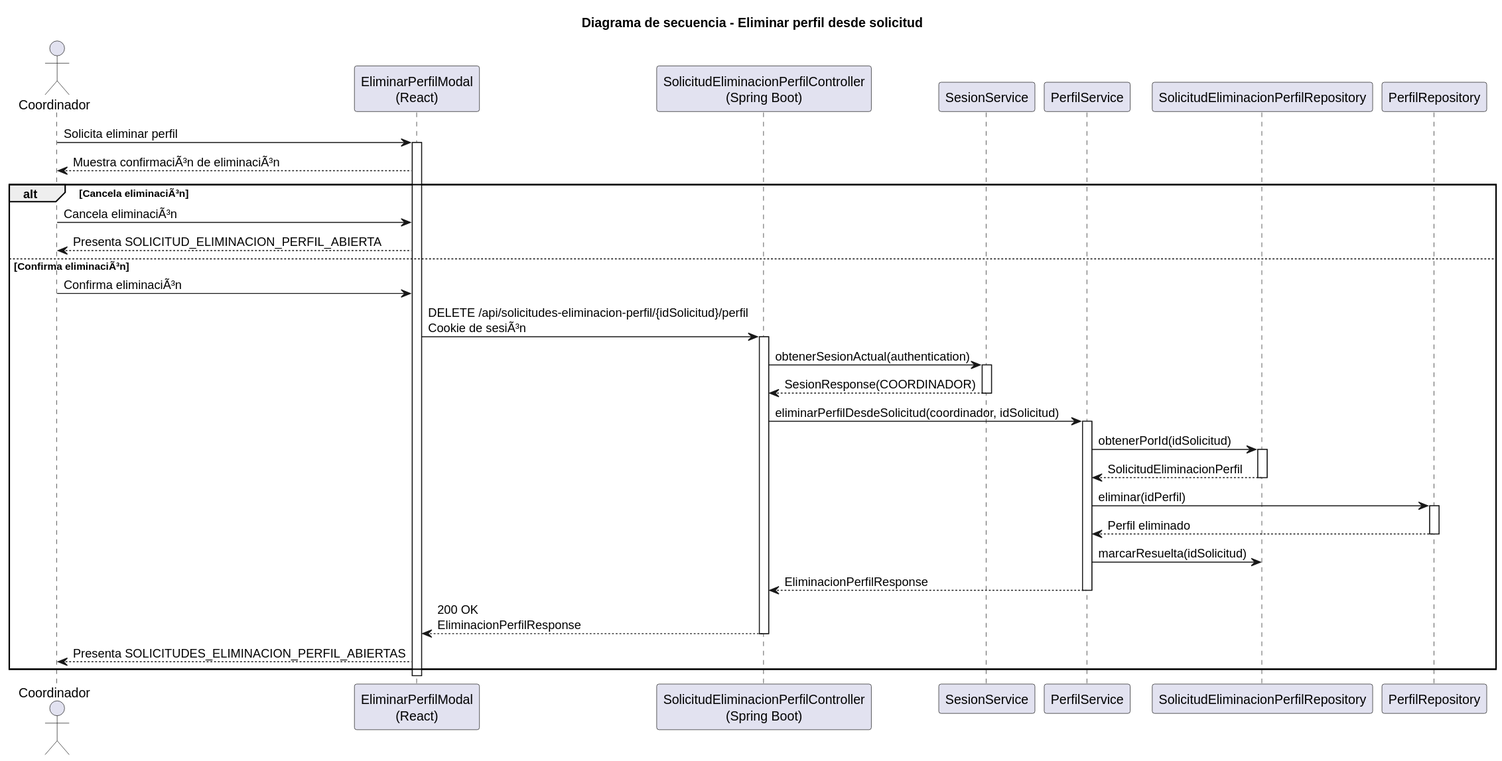
Above: images/RUP/02-diseño/casos-uso/coordinador/eliminarPerfil/secuencia.svg in beatriizorozco/25-26-idsw2-sdVC (PlantUML), before the change.
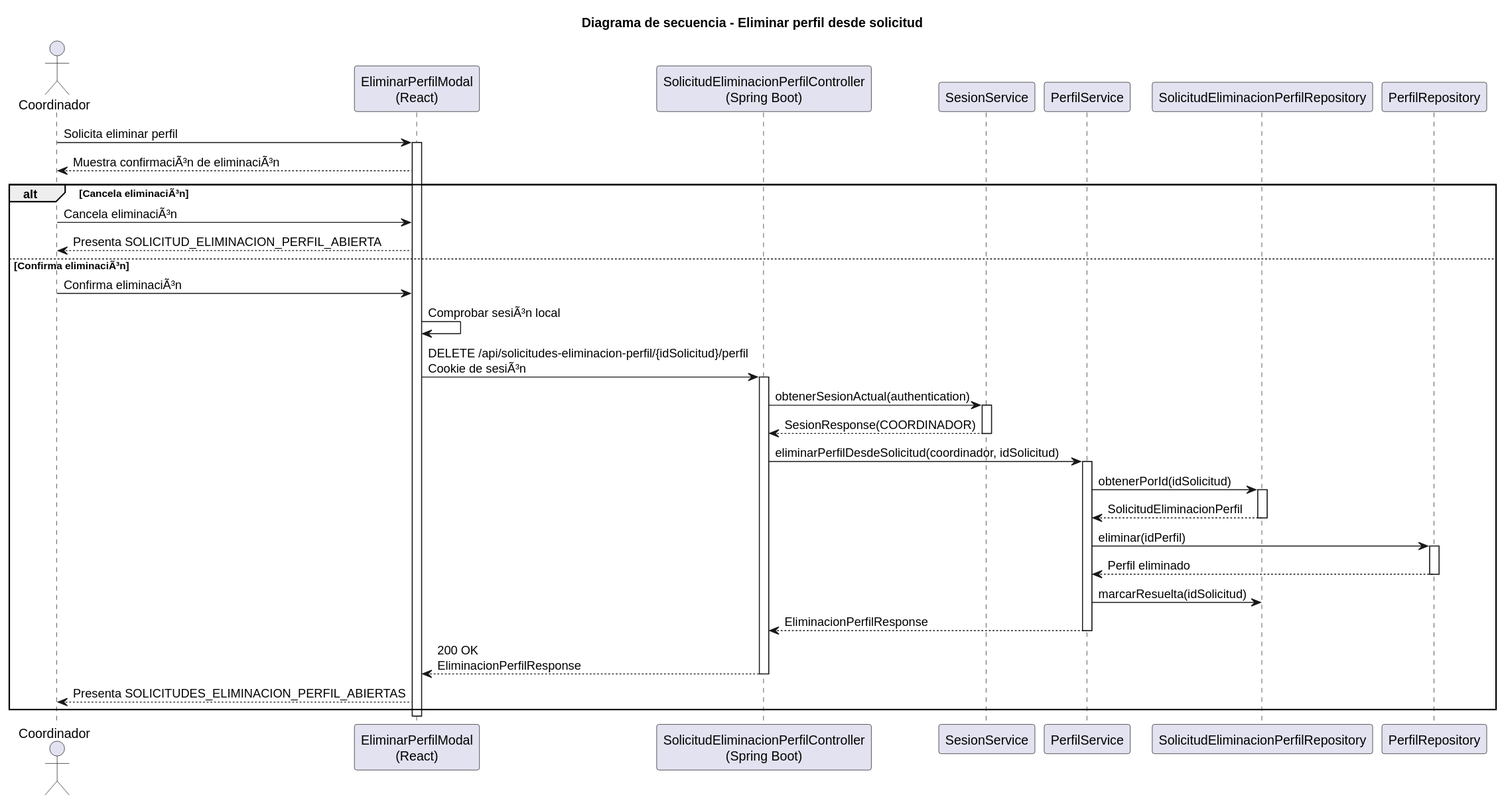
The same diagram one commit later.

Diff of the diagram source:
```diff
@@ -17,6 +17,7 @@
     Frontend --> Coordinador: Presenta SOLICITUD_ELIMINACION_PERFIL_ABIERTA
 else Confirma eliminaciÃ³n
     Coordinador -> Frontend: Confirma eliminaciÃ³n
+    Frontend -> Frontend: Comprobar sesiÃ³n local
     Frontend -> Api: DELETE /api/solicitudes-eliminacion-perfil/{idSolicitud}/perfil\nCookie de sesiÃ³n
     activate Api
     Api -> Sesion: obtenerSesionActual(authentication)
```
